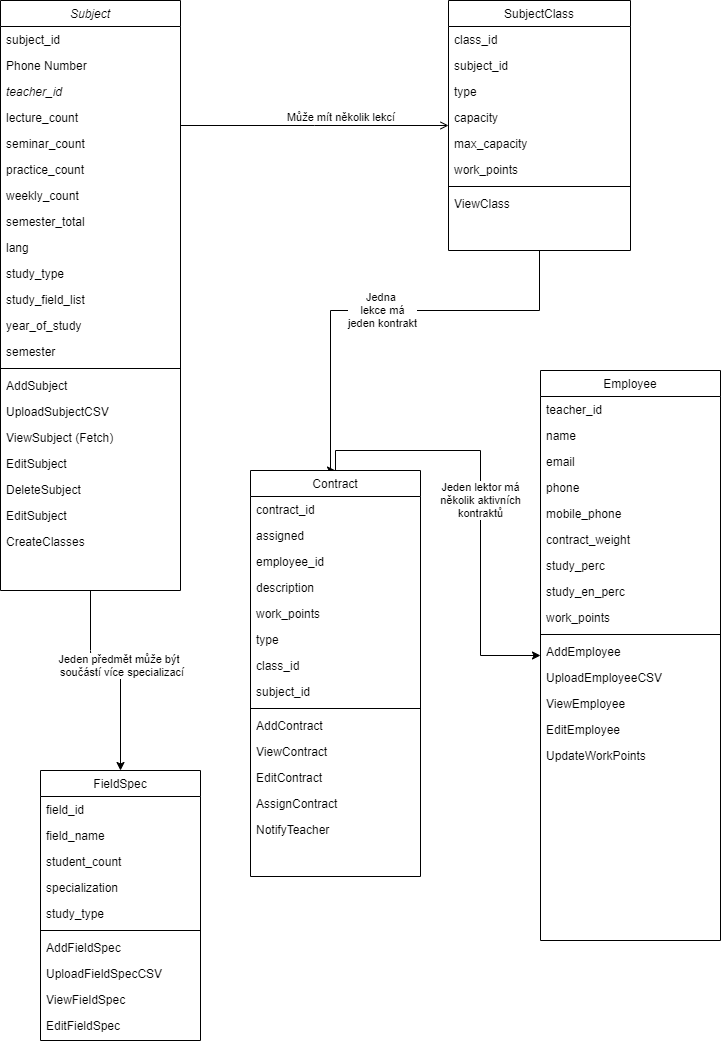
This is preparation/UTBproject.png from zisito/utbpo, a draw.io export, as it was before one commit. Source tidied: cells renumbered, new cells last; positions are measured from the earlier drawing's top-left corner, leaving out a move shared by most shapes.
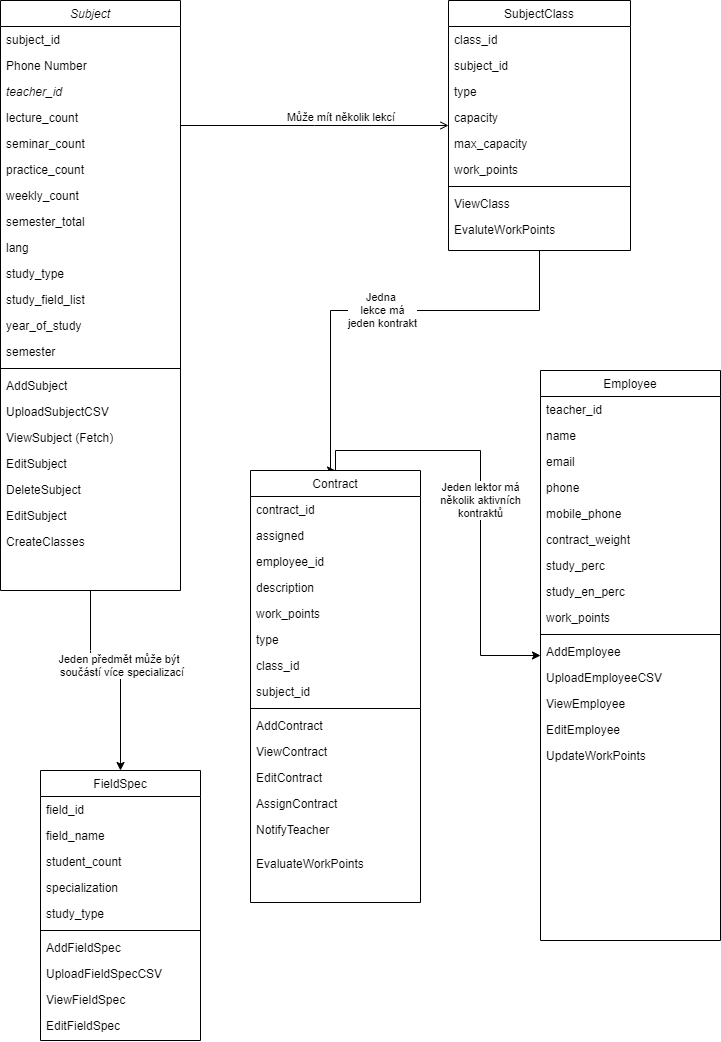
Later version of the same file.

Change to the diagram source:
```diff
@@ -135,6 +135,9 @@
     <mxCell id="44" value="ViewClass" style="text;align=left;verticalAlign=top;spacingLeft=4;spacingRight=4;overflow=hidden;" parent="36" vertex="1">
       <mxGeometry y="190" width="182" height="26" as="geometry" />
     </mxCell>
+    <mxCell id="81" value="EvaluteWorkPoints" style="text;align=left;verticalAlign=top;spacingLeft=4;spacingRight=4;overflow=hidden;" parent="36" vertex="1">
+      <mxGeometry y="216" width="182" height="26" as="geometry" />
+    </mxCell>
     <mxCell id="45" value="Může mít několik lekcí" style="endArrow=open;shadow=0;strokeWidth=1;rounded=0;endFill=1;edgeStyle=elbowEdgeStyle;elbow=vertical;" parent="1" edge="1" source="2" target="36">
       <mxGeometry x="0.5" y="41" relative="1" as="geometry">
         <mxPoint x="-40" y="32" as="offset" />
@@ -202,7 +205,7 @@
       <mxGeometry y="372" width="180" height="26" as="geometry" />
     </mxCell>
     <mxCell id="65" value="Contract" style="swimlane;fontStyle=0;align=center;verticalAlign=top;horizontal=1;startSize=26;rounded=0;shadow=0;strokeWidth=1;" parent="1" vertex="1">
-      <mxGeometry x="250" y="470" width="170" height="406" as="geometry" />
+      <mxGeometry x="250" y="470" width="170" height="432" as="geometry" />
     </mxCell>
     <mxCell id="66" value="contract_id" style="text;align=left;verticalAlign=top;spacingLeft=4;spacingRight=4;overflow=hidden;" parent="65" vertex="1">
       <mxGeometry y="26" width="170" height="26" as="geometry" />
@@ -244,8 +247,11 @@
       <mxGeometry y="320" width="170" height="26" as="geometry" />
     </mxCell>
     <mxCell id="79" value="NotifyTeacher" style="text;align=left;verticalAlign=top;spacingLeft=4;spacingRight=4;overflow=hidden;" parent="65" vertex="1">
-      <mxGeometry y="346" width="170" height="60" as="geometry" />
+      <mxGeometry y="346" width="170" height="34" as="geometry" />
     </mxCell>
+    <mxCell id="82" value="EvaluateWorkPoints" style="text;align=left;verticalAlign=top;spacingLeft=4;spacingRight=4;overflow=hidden;" parent="65" vertex="1">
+      <mxGeometry y="380" width="170" height="26" as="geometry" />
+    </mxCell>
     <mxCell id="80" value="Jeden předmět může být&amp;nbsp;&lt;br&gt;&amp;nbsp;součástí více specializací" style="endArrow=none;startArrow=classic;html=1;entryX=0.5;entryY=1;entryDx=0;entryDy=0;exitX=0.5;exitY=0;exitDx=0;exitDy=0;startFill=1;endFill=0;" parent="1" edge="1" source="24" target="2">
       <mxGeometry relative="1" as="geometry">
         <Array as="points">
```
